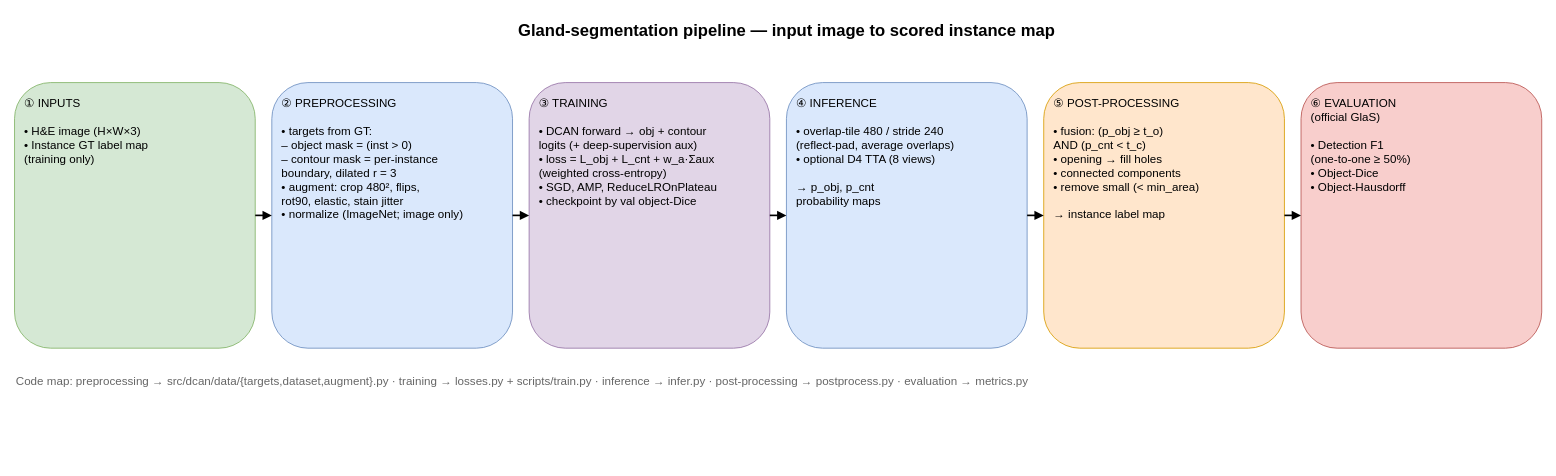
ShamilKaleel/DCAN-Gland-Segmentation keeps this draw.io diagram as diagrams/02_pipeline.drawio. Above is the earlier version. Source tidied: cells renumbered, new cells numbered last; positions are measured from the earlier drawing's top-left corner, leaving out a move shared by most shapes. Both pictures are drawn from the tidied source at 83%, with x=0, y=0 at pixel (14, 14).
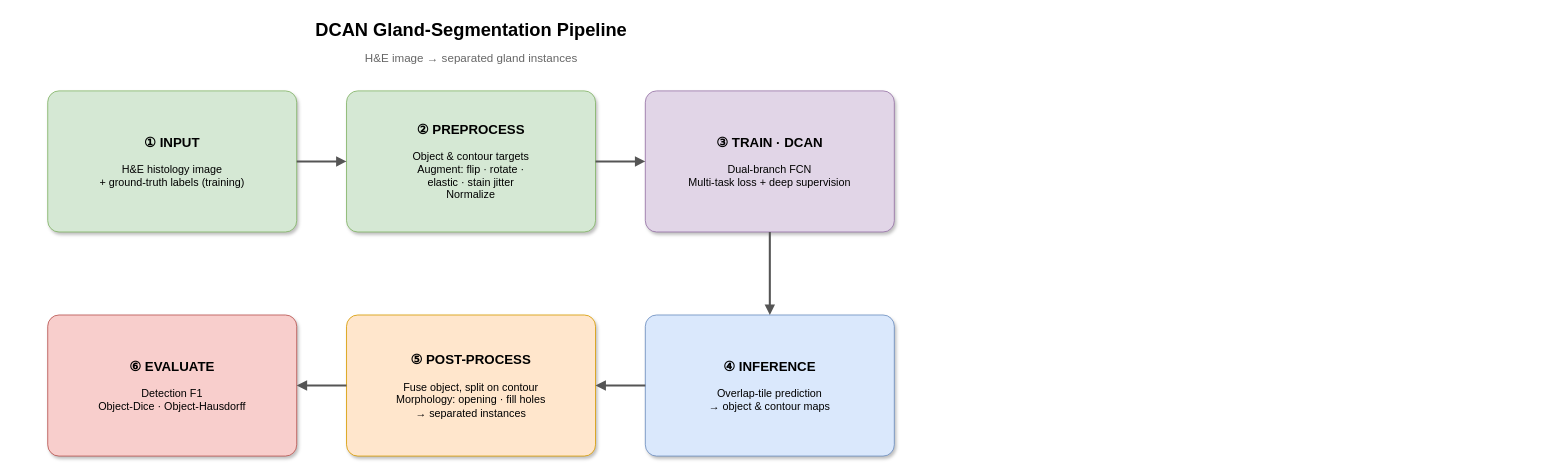
Above is the later version.

What changed in the source:
```diff
@@
 <mxGraphModel>
   <root>
     <mxCell id="0" />
     <mxCell id="1" parent="0" />
-    <mxCell id="2" value="Gland-segmentation pipeline — input image to scored instance map" style="text;html=1;fontSize=20;fontStyle=1;align=center;" parent="1" vertex="1">
-      <mxGeometry x="430" width="1000" height="32" as="geometry" />
+    <mxCell id="2" value="DCAN Gland-Segmentation Pipeline" style="text;html=1;fontSize=22;fontStyle=1;align=center;verticalAlign=middle;" parent="1" vertex="1">
+      <mxGeometry x="50" y="4" width="1000" height="30" as="geometry" />
     </mxCell>
+    <mxCell id="15" value="H&amp;E image → separated gland instances" style="text;html=1;fontSize=14;align=center;fontColor=#666666;" parent="1" vertex="1">
+      <mxGeometry x="50" y="38" width="1000" height="22" as="geometry" />
+    </mxCell>
-    <mxCell id="3" value="① INPUTS&#10;&#10;• H&amp;E image (H×W×3)&#10;• Instance GT label map&#10;  (training only)" style="rounded=1;whiteSpace=wrap;html=1;fillColor=#d5e8d4;strokeColor=#82b366;fontSize=14;align=left;verticalAlign=top;spacingLeft=10;spacingTop=10;" parent="1" vertex="1">
-      <mxGeometry y="82" width="290" height="320" as="geometry" />
+    <mxCell id="3" value="&lt;font style='font-size:16px'&gt;&lt;b&gt;① INPUT&lt;/b&gt;&lt;/font&gt;&lt;br&gt;&lt;br&gt;H&amp;E histology image&lt;br&gt;+ ground-truth labels (training)" style="rounded=1;whiteSpace=wrap;html=1;fillColor=#d5e8d4;strokeColor=#82b366;fontSize=13;align=center;verticalAlign=middle;arcSize=8;shadow=1;" parent="1" vertex="1">
+      <mxGeometry x="40" y="92" width="300" height="170" as="geometry" />
     </mxCell>
-    <mxCell id="4" value="② PREPROCESSING&#10;&#10;• targets from GT:&#10;   – object mask = (inst &gt; 0)&#10;   – contour mask = per-instance&#10;     boundary, dilated r = 3&#10;• augment: crop 480², flips,&#10;   rot90, elastic, stain jitter&#10;• normalize (ImageNet; image only)" style="rounded=1;whiteSpace=wrap;html=1;fillColor=#dae8fc;strokeColor=#6c8ebf;fontSize=14;align=left;verticalAlign=top;spacingLeft=10;spacingTop=10;" parent="1" vertex="1">
-      <mxGeometry x="310" y="82" width="290" height="320" as="geometry" />
+    <mxCell id="4" value="&lt;font style='font-size:16px'&gt;&lt;b&gt;② PREPROCESS&lt;/b&gt;&lt;/font&gt;&lt;br&gt;&lt;br&gt;Object &amp; contour targets&lt;br&gt;Augment: flip · rotate ·&lt;br&gt;elastic · stain jitter&lt;br&gt;Normalize" style="rounded=1;whiteSpace=wrap;html=1;fillColor=#d5e8d4;strokeColor=#82b366;fontSize=13;align=center;verticalAlign=middle;arcSize=8;shadow=1;" parent="1" vertex="1">
+      <mxGeometry x="400" y="92" width="300" height="170" as="geometry" />
     </mxCell>
-    <mxCell id="5" value="③ TRAINING&#10;&#10;• DCAN forward → obj + contour&#10;   logits (+ deep-supervision aux)&#10;• loss = L_obj + L_cnt + w_a·Σaux&#10;   (weighted cross-entropy)&#10;• SGD, AMP, ReduceLROnPlateau&#10;• checkpoint by val object-Dice" style="rounded=1;whiteSpace=wrap;html=1;fillColor=#e1d5e7;strokeColor=#9673a6;fontSize=14;align=left;verticalAlign=top;spacingLeft=10;spacingTop=10;" parent="1" vertex="1">
-      <mxGeometry x="620" y="82" width="290" height="320" as="geometry" />
+    <mxCell id="5" value="&lt;font style='font-size:16px'&gt;&lt;b&gt;③ TRAIN · DCAN&lt;/b&gt;&lt;/font&gt;&lt;br&gt;&lt;br&gt;Dual-branch FCN&lt;br&gt;Multi-task loss + deep supervision" style="rounded=1;whiteSpace=wrap;html=1;fillColor=#e1d5e7;strokeColor=#9673a6;fontSize=13;align=center;verticalAlign=middle;arcSize=8;shadow=1;" parent="1" vertex="1">
+      <mxGeometry x="760" y="92" width="300" height="170" as="geometry" />
     </mxCell>
-    <mxCell id="6" value="④ INFERENCE&#10;&#10;• overlap-tile 480 / stride 240&#10;   (reflect-pad, average overlaps)&#10;• optional D4 TTA (8 views)&#10;&#10;→ p_obj, p_cnt&#10;   probability maps" style="rounded=1;whiteSpace=wrap;html=1;fillColor=#dae8fc;strokeColor=#6c8ebf;fontSize=14;align=left;verticalAlign=top;spacingLeft=10;spacingTop=10;" parent="1" vertex="1">
-      <mxGeometry x="930" y="82" width="290" height="320" as="geometry" />
+    <mxCell id="6" value="&lt;font style='font-size:16px'&gt;&lt;b&gt;④ INFERENCE&lt;/b&gt;&lt;/font&gt;&lt;br&gt;&lt;br&gt;Overlap-tile prediction&lt;br&gt;→ object &amp; contour maps" style="rounded=1;whiteSpace=wrap;html=1;fillColor=#dae8fc;strokeColor=#6c8ebf;fontSize=13;align=center;verticalAlign=middle;arcSize=8;shadow=1;" parent="1" vertex="1">
+      <mxGeometry x="760" y="362" width="300" height="170" as="geometry" />
     </mxCell>
-    <mxCell id="7" value="⑤ POST-PROCESSING&#10;&#10;• fusion: (p_obj ≥ t_o)&#10;   AND (p_cnt &lt; t_c)&#10;• opening → fill holes&#10;• connected components&#10;• remove small (&lt; min_area)&#10;&#10;→ instance label map" style="rounded=1;whiteSpace=wrap;html=1;fillColor=#ffe6cc;strokeColor=#d79b00;fontSize=14;align=left;verticalAlign=top;spacingLeft=10;spacingTop=10;" parent="1" vertex="1">
-      <mxGeometry x="1240" y="82" width="290" height="320" as="geometry" />
+    <mxCell id="7" value="&lt;font style='font-size:16px'&gt;&lt;b&gt;⑤ POST-PROCESS&lt;/b&gt;&lt;/font&gt;&lt;br&gt;&lt;br&gt;Fuse object, split on contour&lt;br&gt;Morphology: opening · fill holes&lt;br&gt;→ separated instances" style="rounded=1;whiteSpace=wrap;html=1;fillColor=#ffe6cc;strokeColor=#d79b00;fontSize=13;align=center;verticalAlign=middle;arcSize=8;shadow=1;" parent="1" vertex="1">
+      <mxGeometry x="400" y="362" width="300" height="170" as="geometry" />
     </mxCell>
-    <mxCell id="8" value="⑥ EVALUATION&#10;(official GlaS)&#10;&#10;• Detection F1&#10;   (one-to-one ≥ 50%)&#10;• Object-Dice&#10;• Object-Hausdorff" style="rounded=1;whiteSpace=wrap;html=1;fillColor=#f8cecc;strokeColor=#b85450;fontSize=14;align=left;verticalAlign=top;spacingLeft=10;spacingTop=10;" parent="1" vertex="1">
-      <mxGeometry x="1550" y="82" width="290" height="320" as="geometry" />
+    <mxCell id="8" value="&lt;font style='font-size:16px'&gt;&lt;b&gt;⑥ EVALUATE&lt;/b&gt;&lt;/font&gt;&lt;br&gt;&lt;br&gt;Detection F1&lt;br&gt;Object-Dice · Object-Hausdorff" style="rounded=1;whiteSpace=wrap;html=1;fillColor=#f8cecc;strokeColor=#b85450;fontSize=13;align=center;verticalAlign=middle;arcSize=8;shadow=1;" parent="1" vertex="1">
+      <mxGeometry x="40" y="362" width="300" height="170" as="geometry" />
     </mxCell>
-    <mxCell id="9" style="edgeStyle=orthogonalEdgeStyle;html=1;endArrow=block;strokeWidth=2;exitX=1;exitY=0.5;entryX=0;entryY=0.5;" parent="1" edge="1" source="3" target="4">
+    <mxCell id="9" style="edgeStyle=orthogonalEdgeStyle;html=1;endArrow=block;strokeWidth=2.5;strokeColor=#555555;rounded=0;exitX=1;exitY=0.5;entryX=0;entryY=0.5;" parent="1" edge="1" source="3" target="4">
       <mxGeometry relative="1" as="geometry" />
     </mxCell>
-    <mxCell id="10" style="edgeStyle=orthogonalEdgeStyle;html=1;endArrow=block;strokeWidth=2;exitX=1;exitY=0.5;entryX=0;entryY=0.5;" parent="1" edge="1" source="4" target="5">
+    <mxCell id="10" style="edgeStyle=orthogonalEdgeStyle;html=1;endArrow=block;strokeWidth=2.5;strokeColor=#555555;rounded=0;exitX=1;exitY=0.5;entryX=0;entryY=0.5;" parent="1" edge="1" source="4" target="5">
       <mxGeometry relative="1" as="geometry" />
     </mxCell>
-    <mxCell id="11" style="edgeStyle=orthogonalEdgeStyle;html=1;endArrow=block;strokeWidth=2;exitX=1;exitY=0.5;entryX=0;entryY=0.5;" parent="1" edge="1" source="5" target="6">
+    <mxCell id="11" style="edgeStyle=orthogonalEdgeStyle;html=1;endArrow=block;strokeWidth=2.5;strokeColor=#555555;rounded=0;exitX=0.5;exitY=1;entryX=0.5;entryY=0;" parent="1" edge="1" source="5" target="6">
       <mxGeometry relative="1" as="geometry" />
     </mxCell>
-    <mxCell id="12" style="edgeStyle=orthogonalEdgeStyle;html=1;endArrow=block;strokeWidth=2;exitX=1;exitY=0.5;entryX=0;entryY=0.5;" parent="1" edge="1" source="6" target="7">
+    <mxCell id="12" style="edgeStyle=orthogonalEdgeStyle;html=1;endArrow=block;strokeWidth=2.5;strokeColor=#555555;rounded=0;exitX=0;exitY=0.5;entryX=1;entryY=0.5;" parent="1" edge="1" source="6" target="7">
       <mxGeometry relative="1" as="geometry" />
     </mxCell>
-    <mxCell id="13" style="edgeStyle=orthogonalEdgeStyle;html=1;endArrow=block;strokeWidth=2;exitX=1;exitY=0.5;entryX=0;entryY=0.5;" parent="1" edge="1" source="7" target="8">
+    <mxCell id="13" style="edgeStyle=orthogonalEdgeStyle;html=1;endArrow=block;strokeWidth=2.5;strokeColor=#555555;rounded=0;exitX=0;exitY=0.5;entryX=1;entryY=0.5;" parent="1" edge="1" source="7" target="8">
       <mxGeometry relative="1" as="geometry" />
     </mxCell>
-    <mxCell id="14" value="Code map:   preprocessing → src/dcan/data/{targets,dataset,augment}.py   ·   training → losses.py + scripts/train.py   ·   inference → infer.py   ·   post-processing → postprocess.py   ·   evaluation → metrics.py" style="text;html=1;fontSize=14;align=left;fontColor=#666666;" parent="1" vertex="1">
-      <mxGeometry y="427" width="1840" height="26" as="geometry" />
-    </mxCell>
   </root>
 </mxGraphModel>
```
